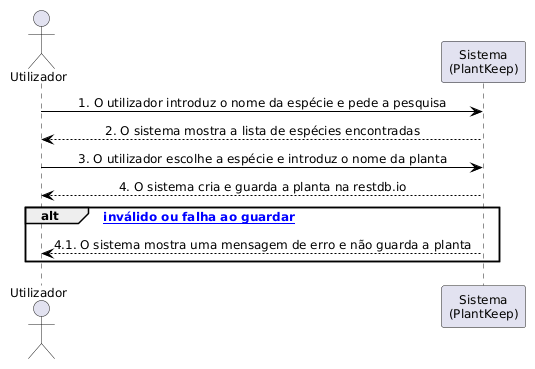
compaqle/DSSMV_ProjectDroid_1251486_1251506 keeps this PlantUML diagram as .docs/diagramas/SSDs/uc01.png. Above is the earlier version. Source of this version:
```plantuml
@startuml
skinparam defaultFontSize 12
skinparam sequenceMessageAlign center
skinparam ArrowColor #000000
skinparam sequenceArrowColor #000000
actor "Utilizador" as u
participant "Sistema\n(PlantKeep)" as s
u -> s : 1. O utilizador introduz o nome da espécie e pede a pesquisa
s --> u : 2. O sistema mostra a lista de espécies encontradas
u -> s : 3. O utilizador escolhe a espécie e introduz o nome da planta
s --> u : 4. O sistema cria e guarda a planta na restdb.io
alt [Nome inválido ou falha ao guardar]
    s --> u : 4.1. O sistema mostra uma mensagem de erro e não guarda a planta
end
@enduml
```
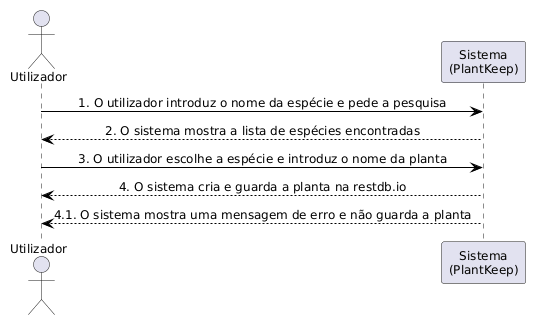
Above is the later version.

What changed in the source:
```diff
@@ -9,7 +9,5 @@
 s --> u : 2. O sistema mostra a lista de espécies encontradas
 u -> s : 3. O utilizador escolhe a espécie e introduz o nome da planta
 s --> u : 4. O sistema cria e guarda a planta na restdb.io
-alt [Nome inválido ou falha ao guardar]
-    s --> u : 4.1. O sistema mostra uma mensagem de erro e não guarda a planta
-end
+s --> u : 4.1. O sistema mostra uma mensagem de erro e não guarda a planta
 @enduml
```
